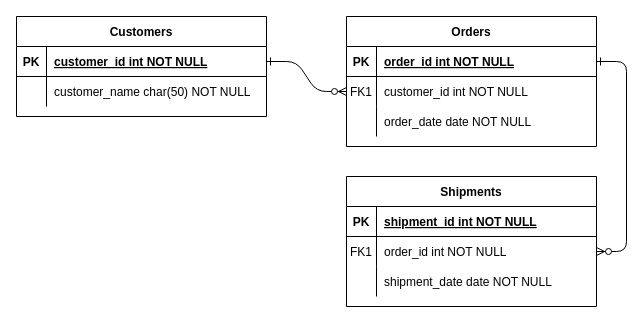
The draw.io diagram Module 1/Lab20/Untitled Diagram.drawio in Daniel870801/IRONLABS, before the edit. Source tidied: cells renumbered, new cells numbered last; positions are measured from the earlier drawing's top-left corner, leaving out a move shared by most shapes. Both pictures are drawn from the tidied source at 100%, with x=0, y=0 at pixel (16, 16).
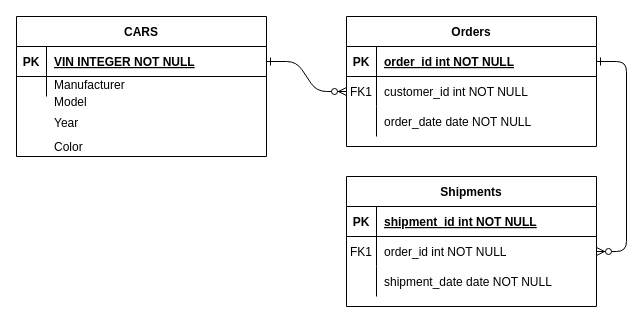
Above is the later version.

The change refers to these unchanged cells:
```xml
<mxCell id="25" style="shape=partialRectangle;fillColor=none;points=[[0,0.5],[1,0.5]];portConstraint=eastwest;top=0;left=0;right=0;bottom=1;" parent="24" vertex="1">
  <mxGeometry y="30" width="250" height="30" as="geometry" />
</mxCell>
```

The edit, as a diff of the source:
```diff
@@
-    <mxCell id="24" value="Customers" style="shape=table;startSize=30;childLayout=tableLayout;rowLines=0;fontStyle=1;align=center;" parent="1" vertex="1">
-      <mxGeometry width="250" height="100" as="geometry" />
+    <mxCell id="24" value="CARS" style="shape=table;startSize=30;childLayout=tableLayout;rowLines=0;fontStyle=1;align=center;" parent="1" vertex="1">
+      <mxGeometry width="250" height="140" as="geometry" />
     </mxCell>
@@
-    <mxCell id="27" value="customer_id int NOT NULL " style="shape=partialRectangle;overflow=hidden;fillColor=none;top=0;left=0;bottom=0;right=0;align=left;spacingLeft=6;fontStyle=5;" parent="25" vertex="1">
+    <mxCell id="27" value="VIN INTEGER NOT NULL" style="shape=partialRectangle;overflow=hidden;fillColor=none;top=0;left=0;bottom=0;right=0;align=left;spacingLeft=6;fontStyle=5;" parent="25" vertex="1">
       <mxGeometry x="30" width="220" height="30" as="geometry" />
     </mxCell>
     <mxCell id="28" style="shape=partialRectangle;fillColor=none;top=0;left=0;right=0;bottom=0;" parent="24" vertex="1">
-      <mxGeometry y="60" width="250" height="30" as="geometry" />
+      <mxGeometry y="60" width="250" height="20" as="geometry" />
     </mxCell>
     <mxCell id="29" style="shape=partialRectangle;overflow=hidden;fillColor=none;top=0;left=0;bottom=0;right=0;" parent="28" vertex="1">
-      <mxGeometry width="30" height="30" as="geometry" />
+      <mxGeometry width="30" height="20" as="geometry" />
     </mxCell>
-    <mxCell id="30" value="customer_name char(50) NOT NULL" style="shape=partialRectangle;overflow=hidden;fillColor=none;top=0;left=0;bottom=0;right=0;align=left;spacingLeft=6;" parent="28" vertex="1">
-      <mxGeometry x="30" width="220" height="30" as="geometry" />
+    <mxCell id="30" value="Manufacturer&#10;" style="shape=partialRectangle;overflow=hidden;fillColor=none;top=0;left=0;bottom=0;right=0;align=left;spacingLeft=6;" parent="28" vertex="1">
+      <mxGeometry x="30" width="220" height="20" as="geometry" />
     </mxCell>
+    <mxCell id="31" style="shape=partialRectangle;fillColor=none;top=0;left=0;right=0;bottom=0;align=left;" parent="1" vertex="1">
+      <mxGeometry y="74" width="250" height="20" as="geometry" />
+    </mxCell>
+    <mxCell id="32" style="shape=partialRectangle;overflow=hidden;fillColor=none;top=0;left=0;bottom=0;right=0;" parent="31" vertex="1">
+      <mxGeometry width="30" height="20" as="geometry" />
+    </mxCell>
+    <mxCell id="33" value="Model" style="shape=partialRectangle;overflow=hidden;fillColor=none;top=0;left=0;bottom=0;right=0;align=left;spacingLeft=6;" parent="1" vertex="1">
+      <mxGeometry x="30" y="75" width="220" height="20" as="geometry" />
+    </mxCell>
+    <mxCell id="34" value="Year" style="shape=partialRectangle;overflow=hidden;fillColor=none;top=0;left=0;bottom=0;right=0;align=left;spacingLeft=6;" parent="1" vertex="1">
+      <mxGeometry x="30" y="95" width="220" height="21" as="geometry" />
+    </mxCell>
+    <mxCell id="35" value="Color" style="shape=partialRectangle;overflow=hidden;fillColor=none;top=0;left=0;bottom=0;right=0;align=left;spacingLeft=6;" parent="1" vertex="1">
+      <mxGeometry x="30" y="119" width="220" height="21" as="geometry" />
+    </mxCell>
```
